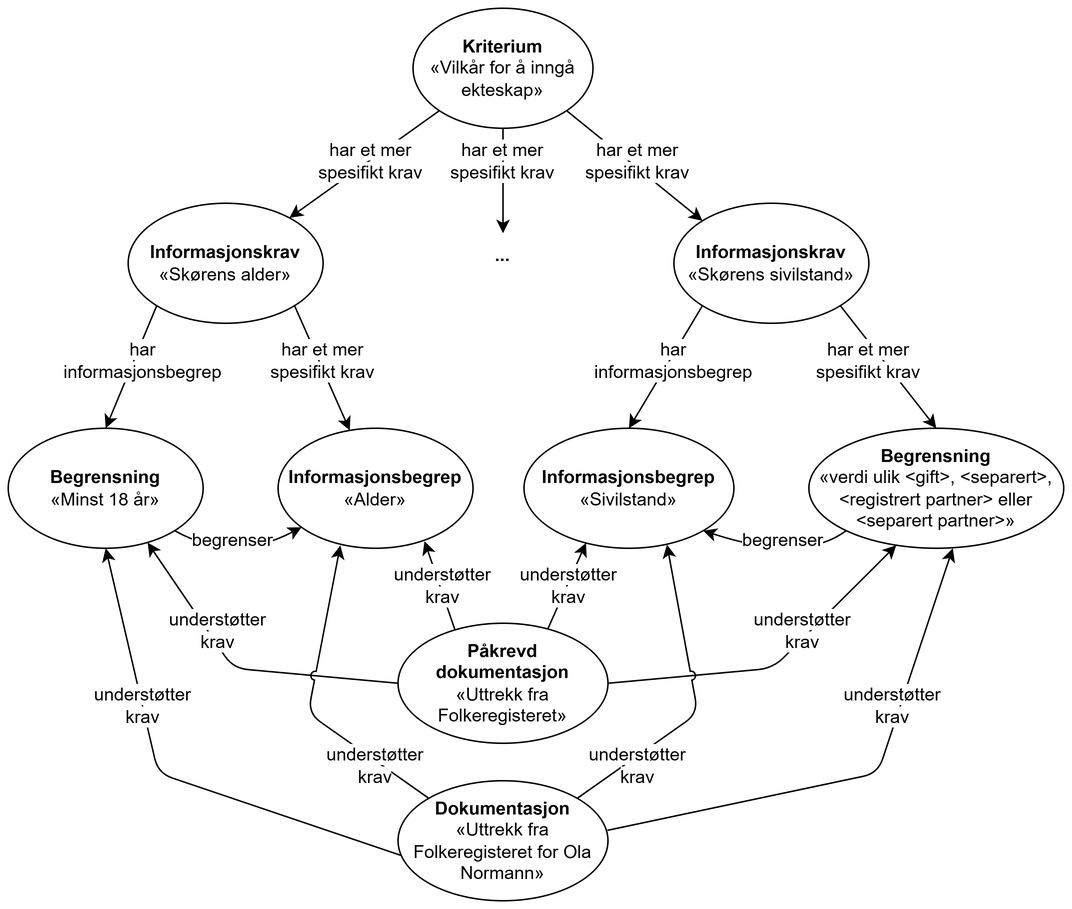
This is docs/images/Figur-eksempelbruk-kravsklassene.png from Informasjonsforvaltning/cccev-ap-no, a draw.io export, as it was before one commit. Source tidied: cells renumbered, new cells last; positions are measured from the earlier drawing's top-left corner, leaving out a move shared by most shapes. The source it was exported from:
```xml
<mxGraphModel>
  <root>
    <mxCell id="0" />
    <mxCell id="1" parent="0" />
    <mxCell id="2" value="&lt;b&gt;Kriterium&lt;/b&gt;&lt;div&gt;«Vilkår for å inngå ekteskap»&lt;/div&gt;" style="ellipse;whiteSpace=wrap;html=1;" parent="1" vertex="1">
      <mxGeometry x="270" width="120" height="80" as="geometry" />
    </mxCell>
    <mxCell id="3" value="&lt;b&gt;Informasjonskrav&lt;/b&gt;&lt;div&gt;«Skørens alder»&lt;/div&gt;" style="ellipse;whiteSpace=wrap;html=1;" parent="1" vertex="1">
      <mxGeometry x="80" y="130" width="130" height="80" as="geometry" />
    </mxCell>
    <mxCell id="4" value="&lt;b&gt;Informasjonskrav&lt;/b&gt;&lt;div&gt;«Skørens sivilstand»&lt;/div&gt;" style="ellipse;whiteSpace=wrap;html=1;" parent="1" vertex="1">
      <mxGeometry x="444" y="130" width="130" height="80" as="geometry" />
    </mxCell>
    <mxCell id="5" value="&lt;b&gt;Begrensning&lt;br&gt;&lt;/b&gt;&lt;div&gt;&lt;span style=&quot;background-color: transparent; color: light-dark(rgb(0, 0, 0), rgb(255, 255, 255));&quot;&gt;«Minst 18 år»&lt;/span&gt;&lt;/div&gt;" style="ellipse;whiteSpace=wrap;html=1;" parent="1" vertex="1">
      <mxGeometry y="280" width="130" height="80" as="geometry" />
    </mxCell>
    <mxCell id="6" value="&lt;b&gt;Informasjonsbegrep&lt;/b&gt;&lt;div&gt;«Alder»&lt;/div&gt;" style="ellipse;whiteSpace=wrap;html=1;" parent="1" vertex="1">
      <mxGeometry x="180" y="280" width="130" height="80" as="geometry" />
    </mxCell>
    <mxCell id="7" value="&lt;b&gt;Informasjonsbegrep&lt;/b&gt;&lt;div&gt;«Sivilstand»&lt;/div&gt;" style="ellipse;whiteSpace=wrap;html=1;" parent="1" vertex="1">
      <mxGeometry x="344" y="280" width="140" height="80" as="geometry" />
    </mxCell>
    <mxCell id="8" value="&lt;b&gt;Begrensning&lt;/b&gt;&lt;div&gt;«verdi ulik &amp;lt;gift&amp;gt;, &amp;lt;separert&amp;gt;, &amp;lt;registrert partner&amp;gt; eller &amp;lt;separert partner&amp;gt;»&lt;/div&gt;" style="ellipse;whiteSpace=wrap;html=1;" parent="1" vertex="1">
      <mxGeometry x="534" y="280" width="170" height="80" as="geometry" />
    </mxCell>
    <mxCell id="9" style="endArrow=classic;html=1;rounded=0;exitX=0;exitY=1;exitDx=0;exitDy=0;" parent="1" edge="1" source="2" target="3">
      <mxGeometry relative="1" as="geometry" />
    </mxCell>
    <mxCell id="10" style="endArrow=classic;html=1;rounded=0;exitX=1;exitY=1;exitDx=0;exitDy=0;entryX=0;entryY=0;entryDx=0;entryDy=0;" parent="1" edge="1" source="2" target="4">
      <mxGeometry relative="1" as="geometry" />
    </mxCell>
    <mxCell id="11" style="endArrow=classic;html=1;rounded=0;exitX=0;exitY=1;exitDx=0;exitDy=0;entryX=0.5;entryY=0;entryDx=0;entryDy=0;" parent="1" edge="1" source="3" target="5">
      <mxGeometry relative="1" as="geometry" />
    </mxCell>
    <mxCell id="12" style="endArrow=classic;html=1;rounded=0;exitX=1;exitY=1;exitDx=0;exitDy=0;" parent="1" edge="1" source="3" target="6">
      <mxGeometry relative="1" as="geometry" />
    </mxCell>
    <mxCell id="13" style="endArrow=classic;html=1;rounded=0;entryX=0.5;entryY=0;entryDx=0;entryDy=0;exitX=0;exitY=1;exitDx=0;exitDy=0;" parent="1" edge="1" source="4" target="7">
      <mxGeometry relative="1" as="geometry" />
    </mxCell>
    <mxCell id="14" style="endArrow=classic;html=1;rounded=0;entryX=0.5;entryY=0;entryDx=0;entryDy=0;exitX=1;exitY=1;exitDx=0;exitDy=0;" parent="1" edge="1" source="4" target="8">
      <mxGeometry relative="1" as="geometry" />
    </mxCell>
    <mxCell id="15" style="endArrow=classic;html=1;rounded=0;exitX=0.5;exitY=1;exitDx=0;exitDy=0;" parent="1" edge="1" source="2" target="16">
      <mxGeometry relative="1" as="geometry" />
    </mxCell>
    <mxCell id="16" value="..." style="text;html=1;whiteSpace=wrap;strokeColor=none;fillColor=none;align=center;verticalAlign=middle;rounded=0;fontStyle=1;" parent="1" vertex="1">
      <mxGeometry x="300" y="150" width="60" height="30" as="geometry" />
    </mxCell>
    <mxCell id="17" value="&lt;span style=&quot;background-color: light-dark(#ffffff, var(--ge-dark-color, #121212));&quot;&gt;har et mer spesifikt krav&lt;/span&gt;" style="text;html=1;whiteSpace=wrap;strokeColor=none;fillColor=none;align=center;verticalAlign=middle;rounded=0;" parent="1" vertex="1">
      <mxGeometry x="202" y="87" width="80" height="30" as="geometry" />
    </mxCell>
    <mxCell id="18" value="&lt;span style=&quot;background-color: light-dark(#ffffff, var(--ge-dark-color, #121212));&quot;&gt;har et mer spesifikt krav&lt;/span&gt;" style="text;html=1;whiteSpace=wrap;strokeColor=none;fillColor=none;align=center;verticalAlign=middle;rounded=0;" parent="1" vertex="1">
      <mxGeometry x="290" y="87" width="80" height="30" as="geometry" />
    </mxCell>
    <mxCell id="19" value="&lt;span style=&quot;background-color: light-dark(#ffffff, var(--ge-dark-color, #121212));&quot;&gt;har et mer spesifikt krav&lt;/span&gt;" style="text;html=1;whiteSpace=wrap;strokeColor=none;fillColor=none;align=center;verticalAlign=middle;rounded=0;" parent="1" vertex="1">
      <mxGeometry x="380" y="87" width="80" height="30" as="geometry" />
    </mxCell>
    <mxCell id="20" value="&lt;span style=&quot;background-color: light-dark(#ffffff, var(--ge-dark-color, #121212));&quot;&gt;har et mer spesifikt krav&lt;/span&gt;" style="text;html=1;whiteSpace=wrap;strokeColor=none;fillColor=none;align=center;verticalAlign=middle;rounded=0;" parent="1" vertex="1">
      <mxGeometry x="170" y="220" width="80" height="30" as="geometry" />
    </mxCell>
    <mxCell id="21" value="&lt;span style=&quot;background-color: light-dark(#ffffff, var(--ge-dark-color, #121212));&quot;&gt;har et mer spesifikt krav&lt;/span&gt;" style="text;html=1;whiteSpace=wrap;strokeColor=none;fillColor=none;align=center;verticalAlign=middle;rounded=0;" parent="1" vertex="1">
      <mxGeometry x="534" y="220" width="80" height="30" as="geometry" />
    </mxCell>
    <mxCell id="22" value="&lt;span style=&quot;background-color: light-dark(#ffffff, var(--ge-dark-color, #121212));&quot;&gt;har informasjonsbegrep&lt;/span&gt;" style="text;html=1;whiteSpace=wrap;strokeColor=none;fillColor=none;align=center;verticalAlign=middle;rounded=0;" parent="1" vertex="1">
      <mxGeometry x="50" y="220" width="80" height="30" as="geometry" />
    </mxCell>
    <mxCell id="23" value="&lt;span style=&quot;background-color: light-dark(#ffffff, var(--ge-dark-color, #121212));&quot;&gt;har informasjonsbegrep&lt;/span&gt;" style="text;html=1;whiteSpace=wrap;strokeColor=none;fillColor=none;align=center;verticalAlign=middle;rounded=0;" parent="1" vertex="1">
      <mxGeometry x="404" y="220" width="80" height="30" as="geometry" />
    </mxCell>
    <mxCell id="24" style="endArrow=classic;html=1;rounded=0;exitX=1;exitY=1;exitDx=0;exitDy=0;curved=1;" parent="1" edge="1" source="5" target="6">
      <mxGeometry relative="1" as="geometry">
        <Array as="points">
          <mxPoint x="150" y="370" />
        </Array>
      </mxGeometry>
    </mxCell>
    <mxCell id="25" style="endArrow=classic;html=1;rounded=0;exitX=0;exitY=1;exitDx=0;exitDy=0;entryX=1;entryY=1;entryDx=0;entryDy=0;curved=1;" parent="1" edge="1" source="8" target="7">
      <mxGeometry relative="1" as="geometry">
        <Array as="points">
          <mxPoint x="530" y="370" />
        </Array>
      </mxGeometry>
    </mxCell>
    <mxCell id="26" value="&lt;span style=&quot;background-color: light-dark(#ffffff, var(--ge-dark-color, #121212));&quot;&gt;begrenser&lt;/span&gt;" style="text;html=1;whiteSpace=wrap;strokeColor=none;fillColor=none;align=center;verticalAlign=middle;rounded=0;" parent="1" vertex="1">
      <mxGeometry x="120" y="340" width="60" height="30" as="geometry" />
    </mxCell>
    <mxCell id="27" value="&lt;span style=&quot;background-color: light-dark(#ffffff, var(--ge-dark-color, #121212));&quot;&gt;begrenser&lt;/span&gt;" style="text;html=1;whiteSpace=wrap;strokeColor=none;fillColor=none;align=center;verticalAlign=middle;rounded=0;" parent="1" vertex="1">
      <mxGeometry x="487" y="340" width="60" height="30" as="geometry" />
    </mxCell>
    <mxCell id="28" value="&lt;b&gt;Dokumentasjon&lt;/b&gt;&lt;div&gt;«Uttrekk fra Folkeregisteret for Ola Normann»&lt;/div&gt;" style="ellipse;whiteSpace=wrap;html=1;" parent="1" vertex="1">
      <mxGeometry x="260" y="515" width="140" height="80" as="geometry" />
    </mxCell>
    <mxCell id="29" value="&lt;b&gt;Påkrevd dokumentasjon&lt;/b&gt;&lt;div&gt;«Uttrekk fra Folkeregisteret»&lt;/div&gt;" style="ellipse;whiteSpace=wrap;html=1;" parent="1" vertex="1">
      <mxGeometry x="260" y="410" width="140" height="80" as="geometry" />
    </mxCell>
    <mxCell id="30" style="endArrow=classic;html=1;rounded=0;entryX=0.751;entryY=0.941;entryDx=0;entryDy=0;entryPerimeter=0;exitX=0.27;exitY=0.05;exitDx=0;exitDy=0;exitPerimeter=0;" parent="1" edge="1" source="29" target="6">
      <mxGeometry relative="1" as="geometry" />
    </mxCell>
    <mxCell id="31" style="endArrow=classic;html=1;rounded=0;entryX=0.304;entryY=0.94;entryDx=0;entryDy=0;entryPerimeter=0;exitX=0.723;exitY=0.029;exitDx=0;exitDy=0;exitPerimeter=0;" parent="1" edge="1">
      <mxGeometry relative="1" as="geometry">
        <mxPoint x="360" y="413.6" as="sourcePoint" />
        <mxPoint x="385.3" y="356.4" as="targetPoint" />
      </mxGeometry>
    </mxCell>
    <mxCell id="32" style="endArrow=classic;html=1;rounded=1;entryX=0.343;entryY=0.975;entryDx=0;entryDy=0;entryPerimeter=0;exitX=1;exitY=0.5;exitDx=0;exitDy=0;curved=0;" parent="1" edge="1" source="29" target="8">
      <mxGeometry relative="1" as="geometry">
        <Array as="points">
          <mxPoint x="510" y="440" />
        </Array>
      </mxGeometry>
    </mxCell>
    <mxCell id="33" style="endArrow=classic;html=1;rounded=1;exitX=0;exitY=0.5;exitDx=0;exitDy=0;entryX=0.715;entryY=0.953;entryDx=0;entryDy=0;entryPerimeter=0;curved=0;" parent="1" edge="1" source="29" target="5">
      <mxGeometry relative="1" as="geometry">
        <Array as="points">
          <mxPoint x="150" y="440" />
        </Array>
      </mxGeometry>
    </mxCell>
    <mxCell id="34" style="endArrow=classic;html=1;rounded=1;exitX=0.998;exitY=0.413;exitDx=0;exitDy=0;exitPerimeter=0;curved=0;" parent="1" edge="1" source="28">
      <mxGeometry relative="1" as="geometry">
        <mxPoint x="630" y="360" as="targetPoint" />
        <Array as="points">
          <mxPoint x="580" y="510" />
        </Array>
      </mxGeometry>
    </mxCell>
    <mxCell id="35" style="endArrow=classic;html=1;rounded=1;exitX=0.012;exitY=0.621;exitDx=0;exitDy=0;exitPerimeter=0;entryX=0.5;entryY=1;entryDx=0;entryDy=0;curved=0;" parent="1" edge="1" source="28" target="5">
      <mxGeometry relative="1" as="geometry">
        <Array as="points">
          <mxPoint x="100" y="510" />
        </Array>
      </mxGeometry>
    </mxCell>
    <mxCell id="36" style="endArrow=classic;html=1;rounded=1;exitX=0;exitY=0;exitDx=0;exitDy=0;curved=0;entryX=0.319;entryY=0.977;entryDx=0;entryDy=0;entryPerimeter=0;jumpStyle=arc;" parent="1" edge="1" source="28" target="6">
      <mxGeometry relative="1" as="geometry">
        <Array as="points">
          <mxPoint x="200" y="470" />
        </Array>
      </mxGeometry>
    </mxCell>
    <mxCell id="37" style="endArrow=classic;html=1;rounded=1;entryX=0.681;entryY=0.969;entryDx=0;entryDy=0;entryPerimeter=0;exitX=1;exitY=0;exitDx=0;exitDy=0;curved=0;jumpStyle=arc;" parent="1" edge="1" source="28" target="7">
      <mxGeometry relative="1" as="geometry">
        <Array as="points">
          <mxPoint x="460" y="470" />
        </Array>
      </mxGeometry>
    </mxCell>
    <mxCell id="38" value="&lt;span style=&quot;background-color: light-dark(#ffffff, var(--ge-dark-color, #121212));&quot;&gt;understøtter krav&lt;/span&gt;" style="text;html=1;whiteSpace=wrap;strokeColor=none;fillColor=none;align=center;verticalAlign=middle;rounded=0;" parent="1" vertex="1">
      <mxGeometry x="560" y="450" width="60" height="30" as="geometry" />
    </mxCell>
    <mxCell id="39" value="&lt;span style=&quot;background-color: light-dark(#ffffff, var(--ge-dark-color, #121212));&quot;&gt;understøtter krav&lt;/span&gt;" style="text;html=1;whiteSpace=wrap;strokeColor=none;fillColor=none;align=center;verticalAlign=middle;rounded=0;" parent="1" vertex="1">
      <mxGeometry x="500" y="400" width="60" height="30" as="geometry" />
    </mxCell>
    <mxCell id="40" value="&lt;span style=&quot;background-color: light-dark(#ffffff, var(--ge-dark-color, #121212));&quot;&gt;understøtter krav&lt;/span&gt;" style="text;html=1;whiteSpace=wrap;strokeColor=none;fillColor=none;align=center;verticalAlign=middle;rounded=0;" parent="1" vertex="1">
      <mxGeometry x="344" y="370" width="60" height="30" as="geometry" />
    </mxCell>
    <mxCell id="41" value="&lt;span style=&quot;background-color: light-dark(#ffffff, var(--ge-dark-color, #121212));&quot;&gt;understøtter krav&lt;/span&gt;" style="text;html=1;whiteSpace=wrap;strokeColor=none;fillColor=none;align=center;verticalAlign=middle;rounded=0;" parent="1" vertex="1">
      <mxGeometry x="260" y="370" width="60" height="30" as="geometry" />
    </mxCell>
    <mxCell id="42" value="&lt;span style=&quot;background-color: light-dark(#ffffff, var(--ge-dark-color, #121212));&quot;&gt;understøtter krav&lt;/span&gt;" style="text;html=1;whiteSpace=wrap;strokeColor=none;fillColor=none;align=center;verticalAlign=middle;rounded=0;" parent="1" vertex="1">
      <mxGeometry x="60" y="450" width="60" height="30" as="geometry" />
    </mxCell>
    <mxCell id="43" value="&lt;span style=&quot;background-color: light-dark(#ffffff, var(--ge-dark-color, #121212));&quot;&gt;understøtter krav&lt;/span&gt;" style="text;html=1;whiteSpace=wrap;strokeColor=none;fillColor=none;align=center;verticalAlign=middle;rounded=0;" parent="1" vertex="1">
      <mxGeometry x="215" y="490" width="60" height="30" as="geometry" />
    </mxCell>
    <mxCell id="44" value="&lt;span style=&quot;background-color: light-dark(#ffffff, var(--ge-dark-color, #121212));&quot;&gt;understøtter krav&lt;/span&gt;" style="text;html=1;whiteSpace=wrap;strokeColor=none;fillColor=none;align=center;verticalAlign=middle;rounded=0;" parent="1" vertex="1">
      <mxGeometry x="390" y="490" width="60" height="30" as="geometry" />
    </mxCell>
    <mxCell id="45" value="&lt;span style=&quot;background-color: light-dark(#ffffff, var(--ge-dark-color, #121212));&quot;&gt;understøtter krav&lt;/span&gt;" style="text;html=1;whiteSpace=wrap;strokeColor=none;fillColor=none;align=center;verticalAlign=middle;rounded=0;" parent="1" vertex="1">
      <mxGeometry x="110" y="400" width="60" height="30" as="geometry" />
    </mxCell>
  </root>
</mxGraphModel>
```
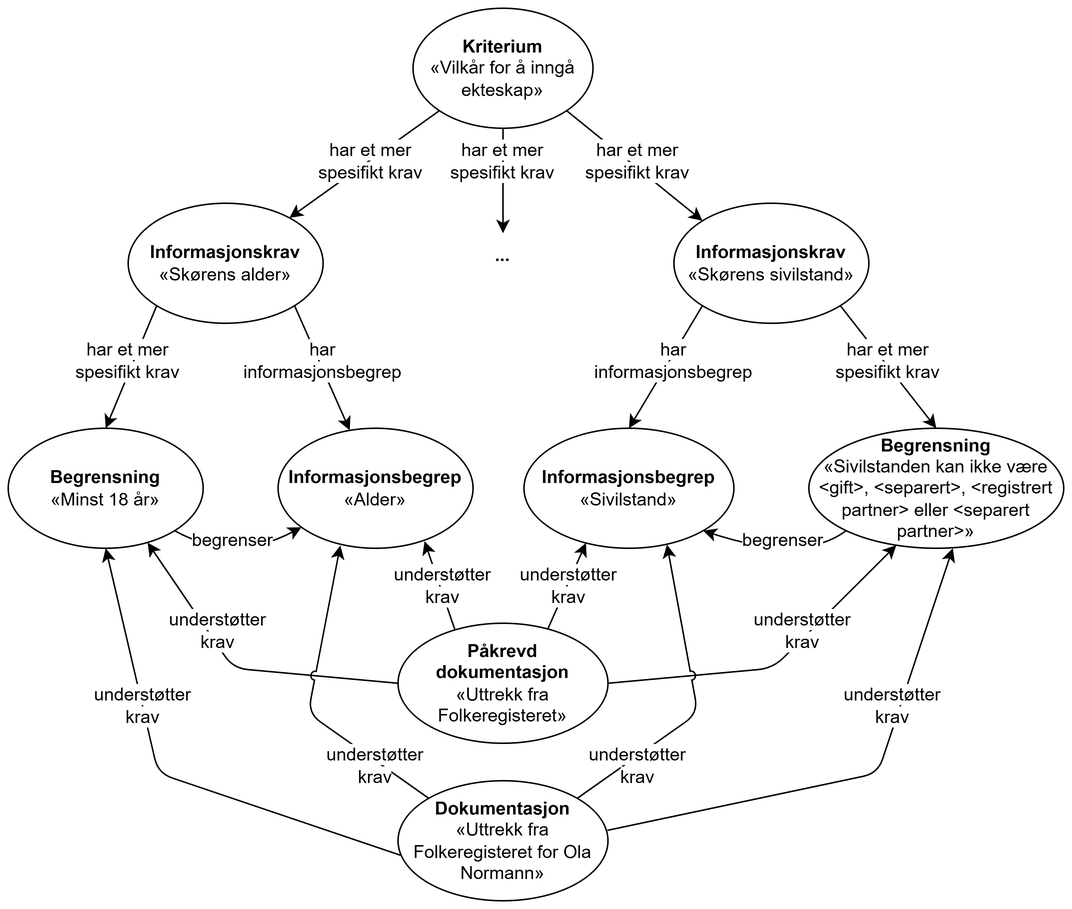
The same diagram one commit later.

Change to the diagram source:
```diff
@@ -20,7 +20,7 @@
     <mxCell id="7" value="&lt;b&gt;Informasjonsbegrep&lt;/b&gt;&lt;div&gt;«Sivilstand»&lt;/div&gt;" style="ellipse;whiteSpace=wrap;html=1;" parent="1" vertex="1">
       <mxGeometry x="344" y="280" width="140" height="80" as="geometry" />
     </mxCell>
-    <mxCell id="8" value="&lt;b&gt;Begrensning&lt;/b&gt;&lt;div&gt;«verdi ulik &amp;lt;gift&amp;gt;, &amp;lt;separert&amp;gt;, &amp;lt;registrert partner&amp;gt; eller &amp;lt;separert partner&amp;gt;»&lt;/div&gt;" style="ellipse;whiteSpace=wrap;html=1;" parent="1" vertex="1">
+    <mxCell id="8" value="&lt;b&gt;Begrensning&lt;/b&gt;&lt;div&gt;«Sivilstanden kan ikke være &amp;lt;gift&amp;gt;, &amp;lt;separert&amp;gt;, &amp;lt;registrert partner&amp;gt; eller &amp;lt;separert partner&amp;gt;»&lt;/div&gt;" style="ellipse;whiteSpace=wrap;html=1;" parent="1" vertex="1">
       <mxGeometry x="534" y="280" width="170" height="80" as="geometry" />
     </mxCell>
     <mxCell id="9" style="endArrow=classic;html=1;rounded=0;exitX=0;exitY=1;exitDx=0;exitDy=0;" parent="1" edge="1" source="2" target="3">
@@ -57,13 +57,13 @@
       <mxGeometry x="380" y="87" width="80" height="30" as="geometry" />
     </mxCell>
     <mxCell id="20" value="&lt;span style=&quot;background-color: light-dark(#ffffff, var(--ge-dark-color, #121212));&quot;&gt;har et mer spesifikt krav&lt;/span&gt;" style="text;html=1;whiteSpace=wrap;strokeColor=none;fillColor=none;align=center;verticalAlign=middle;rounded=0;" parent="1" vertex="1">
-      <mxGeometry x="170" y="220" width="80" height="30" as="geometry" />
+      <mxGeometry x="40" y="220" width="80" height="30" as="geometry" />
     </mxCell>
     <mxCell id="21" value="&lt;span style=&quot;background-color: light-dark(#ffffff, var(--ge-dark-color, #121212));&quot;&gt;har et mer spesifikt krav&lt;/span&gt;" style="text;html=1;whiteSpace=wrap;strokeColor=none;fillColor=none;align=center;verticalAlign=middle;rounded=0;" parent="1" vertex="1">
-      <mxGeometry x="534" y="220" width="80" height="30" as="geometry" />
+      <mxGeometry x="547" y="220" width="80" height="30" as="geometry" />
     </mxCell>
     <mxCell id="22" value="&lt;span style=&quot;background-color: light-dark(#ffffff, var(--ge-dark-color, #121212));&quot;&gt;har informasjonsbegrep&lt;/span&gt;" style="text;html=1;whiteSpace=wrap;strokeColor=none;fillColor=none;align=center;verticalAlign=middle;rounded=0;" parent="1" vertex="1">
-      <mxGeometry x="50" y="220" width="80" height="30" as="geometry" />
+      <mxGeometry x="170" y="220" width="80" height="30" as="geometry" />
     </mxCell>
     <mxCell id="23" value="&lt;span style=&quot;background-color: light-dark(#ffffff, var(--ge-dark-color, #121212));&quot;&gt;har informasjonsbegrep&lt;/span&gt;" style="text;html=1;whiteSpace=wrap;strokeColor=none;fillColor=none;align=center;verticalAlign=middle;rounded=0;" parent="1" vertex="1">
       <mxGeometry x="404" y="220" width="80" height="30" as="geometry" />
```
